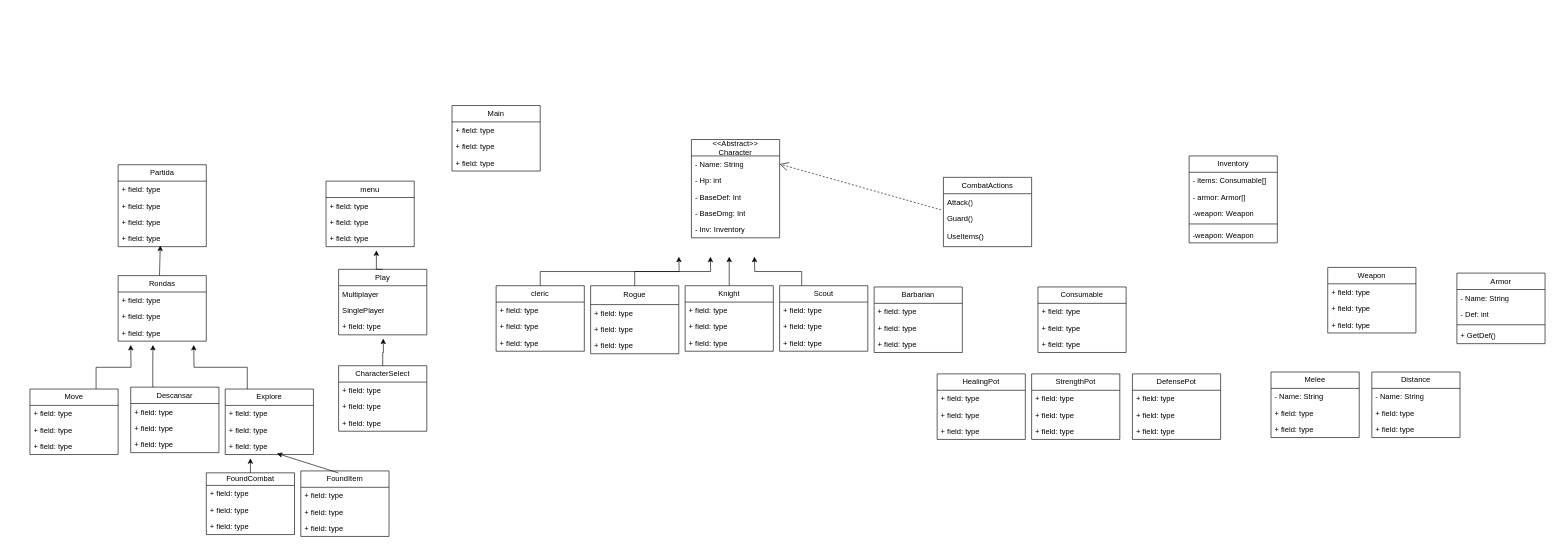
This is _MedievalZone/Medieval-Zone-Diagram.drawio from Loadingexploat83/Medieval-Zone, a draw.io file, before an edit. Source tidied: cells renumbered, new cells numbered last; positions are measured from the earlier drawing's top-left corner, leaving out a move shared by most shapes. Both pictures are drawn from the tidied source at 63%, with x=0, y=0 at pixel (30, 105).
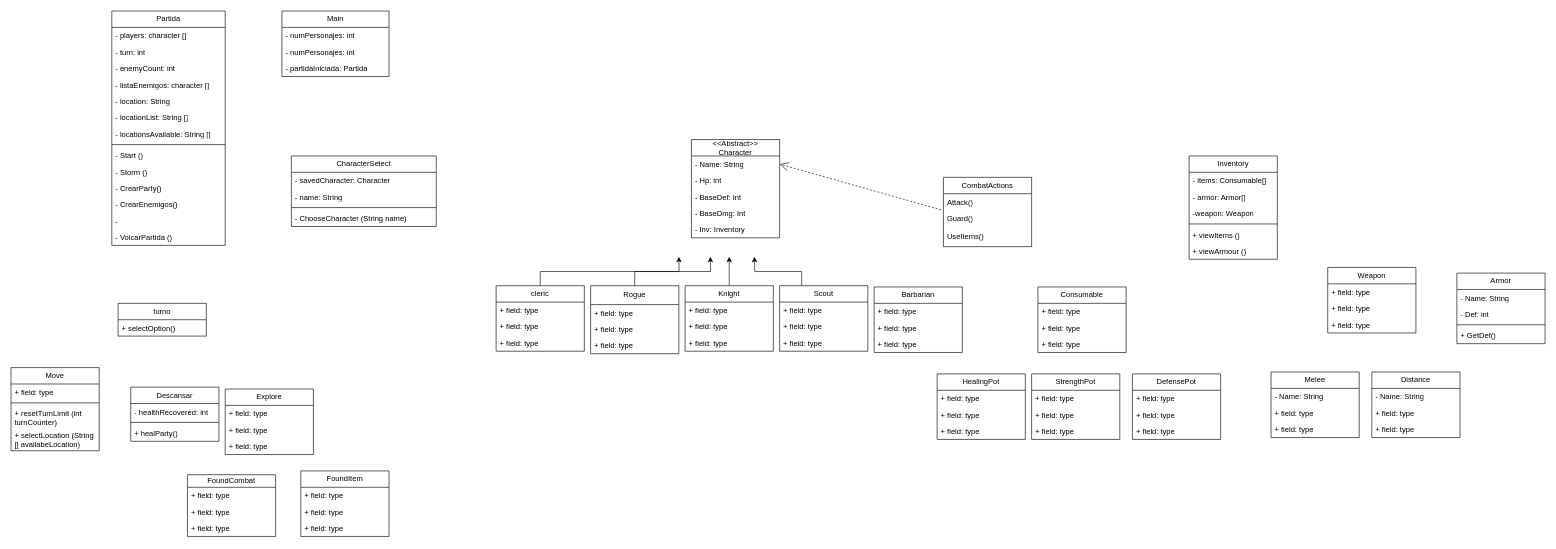
The same diagram, later.

Unchanged cells that the change refers to:
```xml
<mxCell id="31" value="Explore" style="swimlane;fontStyle=0;horizontal=1;startSize=26;fillColor=none;whiteSpace=wrap;html=1;" parent="1" vertex="1">
  <mxGeometry x="310" y="450" width="140" height="104" as="geometry" />
</mxCell>
<mxCell id="34" value="+ field: type" style="text;strokeColor=none;fillColor=none;align=left;verticalAlign=top;spacingLeft=4;spacingRight=4;overflow=hidden;points=[[0,0.5],[1,0.5]];portConstraint=eastwest;whiteSpace=wrap;html=1;" parent="31" vertex="1">
  <mxGeometry y="78" width="140" height="26" as="geometry" />
</mxCell>
<mxCell id="80" value="FoundItem" style="swimlane;fontStyle=0;horizontal=1;startSize=26;fillColor=none;whiteSpace=wrap;html=1;" parent="1" vertex="1">
  <mxGeometry x="430" y="580" width="140" height="104" as="geometry" />
</mxCell>
```

Diff of the diagram source:
```diff
@@
     <mxCell id="2" value="Main" style="swimlane;fontStyle=0;horizontal=1;startSize=26;fillColor=none;whiteSpace=wrap;html=1;" parent="1" vertex="1">
-      <mxGeometry x="670" width="140" height="104" as="geometry" />
+      <mxGeometry x="400" y="-150" width="170" height="104" as="geometry" />
     </mxCell>
-    <mxCell id="3" value="+ field: type" style="text;strokeColor=none;fillColor=none;align=left;verticalAlign=top;spacingLeft=4;spacingRight=4;overflow=hidden;whiteSpace=wrap;html=1;" parent="2" vertex="1">
-      <mxGeometry y="26" width="140" height="26" as="geometry" />
+    <mxCell id="3" value="- numPersonajes: int" style="text;strokeColor=none;fillColor=none;align=left;verticalAlign=top;spacingLeft=4;spacingRight=4;overflow=hidden;whiteSpace=wrap;html=1;" parent="2" vertex="1">
+      <mxGeometry y="26" width="170" height="26" as="geometry" />
     </mxCell>
-    <mxCell id="4" value="+ field: type" style="text;strokeColor=none;fillColor=none;align=left;verticalAlign=top;spacingLeft=4;spacingRight=4;overflow=hidden;whiteSpace=wrap;html=1;" parent="2" vertex="1">
-      <mxGeometry y="52" width="140" height="26" as="geometry" />
+    <mxCell id="4" value="- numPersonajes: int" style="text;strokeColor=none;fillColor=none;align=left;verticalAlign=top;spacingLeft=4;spacingRight=4;overflow=hidden;whiteSpace=wrap;html=1;" parent="2" vertex="1">
+      <mxGeometry y="52" width="170" height="26" as="geometry" />
     </mxCell>
-    <mxCell id="5" value="+ field: type" style="text;strokeColor=none;fillColor=none;align=left;verticalAlign=top;spacingLeft=4;spacingRight=4;overflow=hidden;whiteSpace=wrap;html=1;" parent="2" vertex="1">
-      <mxGeometry y="78" width="140" height="26" as="geometry" />
+    <mxCell id="5" value="- partidaIniciada: Partida" style="text;strokeColor=none;fillColor=none;align=left;verticalAlign=top;spacingLeft=4;spacingRight=4;overflow=hidden;whiteSpace=wrap;html=1;" parent="2" vertex="1">
+      <mxGeometry y="78" width="170" height="26" as="geometry" />
     </mxCell>
-    <mxCell id="6" value="menu" style="swimlane;fontStyle=0;horizontal=1;startSize=26;fillColor=none;whiteSpace=wrap;html=1;" parent="1" vertex="1">
-      <mxGeometry x="470" y="120" width="140" height="104" as="geometry" />
-    </mxCell>
-    <mxCell id="7" value="+ field: type" style="text;strokeColor=none;fillColor=none;align=left;verticalAlign=top;spacingLeft=4;spacingRight=4;overflow=hidden;whiteSpace=wrap;html=1;" parent="6" vertex="1">
-      <mxGeometry y="26" width="140" height="26" as="geometry" />
-    </mxCell>
-    <mxCell id="8" value="+ field: type" style="text;strokeColor=none;fillColor=none;align=left;verticalAlign=top;spacingLeft=4;spacingRight=4;overflow=hidden;whiteSpace=wrap;html=1;" parent="6" vertex="1">
-      <mxGeometry y="52" width="140" height="26" as="geometry" />
-    </mxCell>
-    <mxCell id="9" value="+ field: type" style="text;strokeColor=none;fillColor=none;align=left;verticalAlign=top;spacingLeft=4;spacingRight=4;overflow=hidden;points=[[0,0.5],[1,0.5]];portConstraint=eastwest;whiteSpace=wrap;html=1;" parent="6" vertex="1">
-      <mxGeometry y="78" width="140" height="26" as="geometry" />
-    </mxCell>
     <mxCell id="10" value="Partida" style="swimlane;fontStyle=0;horizontal=1;startSize=26;fillColor=none;whiteSpace=wrap;html=1;" parent="1" vertex="1">
-      <mxGeometry x="140" y="94" width="140" height="130" as="geometry" />
+      <mxGeometry x="130" y="-150" width="180" height="372" as="geometry" />
     </mxCell>
-    <mxCell id="11" value="+ field: type" style="text;strokeColor=none;fillColor=none;align=left;verticalAlign=top;spacingLeft=4;spacingRight=4;overflow=hidden;whiteSpace=wrap;html=1;" parent="10" vertex="1">
-      <mxGeometry y="26" width="140" height="26" as="geometry" />
+    <mxCell id="11" value="- players: character []" style="text;strokeColor=none;fillColor=none;align=left;verticalAlign=top;spacingLeft=4;spacingRight=4;overflow=hidden;whiteSpace=wrap;html=1;" parent="10" vertex="1">
+      <mxGeometry y="26" width="180" height="26" as="geometry" />
     </mxCell>
-    <mxCell id="12" value="+ field: type" style="text;strokeColor=none;fillColor=none;align=left;verticalAlign=top;spacingLeft=4;spacingRight=4;overflow=hidden;whiteSpace=wrap;html=1;" parent="10" vertex="1">
-      <mxGeometry y="52" width="140" height="26" as="geometry" />
+    <mxCell id="12" value="- turn: int" style="text;strokeColor=none;fillColor=none;align=left;verticalAlign=top;spacingLeft=4;spacingRight=4;overflow=hidden;whiteSpace=wrap;html=1;" parent="10" vertex="1">
+      <mxGeometry y="52" width="180" height="26" as="geometry" />
     </mxCell>
-    <mxCell id="13" value="+ field: type" style="text;strokeColor=none;fillColor=none;align=left;verticalAlign=top;spacingLeft=4;spacingRight=4;overflow=hidden;whiteSpace=wrap;html=1;" parent="10" vertex="1">
-      <mxGeometry y="78" width="140" height="26" as="geometry" />
+    <mxCell id="13" value="- enemyCount: int" style="text;strokeColor=none;fillColor=none;align=left;verticalAlign=top;spacingLeft=4;spacingRight=4;overflow=hidden;whiteSpace=wrap;html=1;" parent="10" vertex="1">
+      <mxGeometry y="78" width="180" height="26" as="geometry" />
     </mxCell>
-    <mxCell id="14" value="+ field: type" style="text;strokeColor=none;fillColor=none;align=left;verticalAlign=top;spacingLeft=4;spacingRight=4;overflow=hidden;points=[[0,0.5],[1,0.5]];portConstraint=eastwest;whiteSpace=wrap;html=1;" parent="10" vertex="1">
-      <mxGeometry y="104" width="140" height="26" as="geometry" />
+    <mxCell id="14" value="- listaEnemigos: character []" style="text;strokeColor=none;fillColor=none;align=left;verticalAlign=top;spacingLeft=4;spacingRight=4;overflow=hidden;points=[[0,0.5],[1,0.5]];portConstraint=eastwest;whiteSpace=wrap;html=1;" parent="10" vertex="1">
+      <mxGeometry y="104" width="180" height="26" as="geometry" />
     </mxCell>
+    <mxCell id="129" value="- location: String" style="text;strokeColor=none;fillColor=none;align=left;verticalAlign=top;spacingLeft=4;spacingRight=4;overflow=hidden;whiteSpace=wrap;html=1;" parent="10" vertex="1">
+      <mxGeometry y="130" width="180" height="26" as="geometry" />
+    </mxCell>
+    <mxCell id="130" value="- locationList: String []" style="text;strokeColor=none;fillColor=none;align=left;verticalAlign=top;spacingLeft=4;spacingRight=4;overflow=hidden;whiteSpace=wrap;html=1;" parent="10" vertex="1">
+      <mxGeometry y="156" width="180" height="26" as="geometry" />
+    </mxCell>
+    <mxCell id="131" value="- locationsAvailable: String []" style="text;strokeColor=none;fillColor=none;align=left;verticalAlign=top;spacingLeft=4;spacingRight=4;overflow=hidden;whiteSpace=wrap;html=1;" parent="10" vertex="1">
+      <mxGeometry y="182" width="180" height="26" as="geometry" />
+    </mxCell>
+    <mxCell id="132" style="line;strokeWidth=1;fillColor=none;align=left;verticalAlign=middle;spacingTop=-1;spacingLeft=3;spacingRight=3;labelPosition=right;strokeColor=inherit;" parent="10" vertex="1">
+      <mxGeometry y="208" width="180" height="8" as="geometry" />
+    </mxCell>
+    <mxCell id="133" value="- Start ()&lt;div&gt;&lt;br&gt;&lt;/div&gt;" style="text;strokeColor=none;fillColor=none;align=left;verticalAlign=top;spacingLeft=4;spacingRight=4;overflow=hidden;whiteSpace=wrap;html=1;" parent="10" vertex="1">
+      <mxGeometry y="216" width="180" height="26" as="geometry" />
+    </mxCell>
+    <mxCell id="134" value="- Storm ()&lt;div&gt;&lt;br&gt;&lt;/div&gt;" style="text;strokeColor=none;fillColor=none;align=left;verticalAlign=top;spacingLeft=4;spacingRight=4;overflow=hidden;whiteSpace=wrap;html=1;" parent="10" vertex="1">
+      <mxGeometry y="242" width="180" height="26" as="geometry" />
+    </mxCell>
+    <mxCell id="135" value="- CrearParty()&lt;div&gt;&lt;br&gt;&lt;/div&gt;" style="text;strokeColor=none;fillColor=none;align=left;verticalAlign=top;spacingLeft=4;spacingRight=4;overflow=hidden;whiteSpace=wrap;html=1;" parent="10" vertex="1">
+      <mxGeometry y="268" width="180" height="26" as="geometry" />
+    </mxCell>
+    <mxCell id="136" value="- CrearEnemigos()&lt;div&gt;&lt;br&gt;&lt;/div&gt;" style="text;strokeColor=none;fillColor=none;align=left;verticalAlign=top;spacingLeft=4;spacingRight=4;overflow=hidden;whiteSpace=wrap;html=1;" parent="10" vertex="1">
+      <mxGeometry y="294" width="180" height="26" as="geometry" />
+    </mxCell>
+    <mxCell id="137" value="&lt;div&gt;-&amp;nbsp;&amp;nbsp;&lt;/div&gt;" style="text;strokeColor=none;fillColor=none;align=left;verticalAlign=top;spacingLeft=4;spacingRight=4;overflow=hidden;whiteSpace=wrap;html=1;" parent="10" vertex="1">
+      <mxGeometry y="320" width="180" height="26" as="geometry" />
+    </mxCell>
+    <mxCell id="138" value="- VolcarPartida ()&lt;div&gt;&lt;br&gt;&lt;/div&gt;" style="text;strokeColor=none;fillColor=none;align=left;verticalAlign=top;spacingLeft=4;spacingRight=4;overflow=hidden;whiteSpace=wrap;html=1;" parent="10" vertex="1">
+      <mxGeometry y="346" width="180" height="26" as="geometry" />
+    </mxCell>
-    <mxCell id="15" value="Rondas" style="swimlane;fontStyle=0;horizontal=1;startSize=26;fillColor=none;whiteSpace=wrap;html=1;" parent="1" vertex="1">
-      <mxGeometry x="140" y="270" width="140" height="104" as="geometry" />
+    <mxCell id="15" value="turno" style="swimlane;fontStyle=0;horizontal=1;startSize=26;fillColor=none;whiteSpace=wrap;html=1;" parent="1" vertex="1">
+      <mxGeometry x="140" y="314" width="140" height="52" as="geometry" />
     </mxCell>
-    <mxCell id="16" value="+ field: type" style="text;strokeColor=none;fillColor=none;align=left;verticalAlign=top;spacingLeft=4;spacingRight=4;overflow=hidden;whiteSpace=wrap;html=1;" parent="15" vertex="1">
+    <mxCell id="16" value="+ selectOption()" style="text;strokeColor=none;fillColor=none;align=left;verticalAlign=top;spacingLeft=4;spacingRight=4;overflow=hidden;whiteSpace=wrap;html=1;" parent="15" vertex="1">
       <mxGeometry y="26" width="140" height="26" as="geometry" />
     </mxCell>
-    <mxCell id="17" value="+ field: type" style="text;strokeColor=none;fillColor=none;align=left;verticalAlign=top;spacingLeft=4;spacingRight=4;overflow=hidden;whiteSpace=wrap;html=1;" parent="15" vertex="1">
-      <mxGeometry y="52" width="140" height="26" as="geometry" />
-    </mxCell>
-    <mxCell id="18" value="+ field: type" style="text;strokeColor=none;fillColor=none;align=left;verticalAlign=top;spacingLeft=4;spacingRight=4;overflow=hidden;whiteSpace=wrap;html=1;" parent="15" vertex="1">
-      <mxGeometry y="78" width="140" height="26" as="geometry" />
-    </mxCell>
-    <mxCell id="19" style="endArrow=classic;html=1;rounded=0;entryX=0.478;entryY=0.937;entryDx=0;entryDy=0;entryPerimeter=0;exitX=0.469;exitY=0;exitDx=0;exitDy=0;exitPerimeter=0;" parent="1" edge="1" source="15" target="14">
-      <mxGeometry relative="1" as="geometry" />
-    </mxCell>
     <mxCell id="20" value="FoundCombat" style="swimlane;fontStyle=0;horizontal=1;startSize=20;fillColor=none;whiteSpace=wrap;html=1;" parent="1" vertex="1">
-      <mxGeometry x="280" y="583" width="140" height="98" as="geometry" />
+      <mxGeometry x="250" y="586" width="140" height="98" as="geometry" />
     </mxCell>
@@
-    <mxCell id="24" style="endArrow=classic;html=1;rounded=0;exitX=0.5;exitY=0;exitDx=0;exitDy=0;" parent="1" edge="1" source="20">
-      <mxGeometry relative="1" as="geometry">
-        <mxPoint x="350" y="560" as="targetPoint" />
-      </mxGeometry>
-    </mxCell>
-    <mxCell id="25" style="edgeStyle=orthogonalEdgeStyle;rounded=0;jettySize=auto;html=1;exitX=0.25;exitY=0;exitDx=0;exitDy=0;" parent="1" edge="1" source="26">
-      <mxGeometry relative="1" as="geometry">
-        <mxPoint x="195.3" y="380" as="targetPoint" />
-      </mxGeometry>
-    </mxCell>
     <mxCell id="26" value="Descansar" style="swimlane;fontStyle=0;horizontal=1;startSize=26;fillColor=none;whiteSpace=wrap;html=1;" parent="1" vertex="1">
-      <mxGeometry x="160" y="447" width="140" height="104" as="geometry" />
+      <mxGeometry x="160" y="447" width="140" height="86" as="geometry" />
     </mxCell>
-    <mxCell id="27" value="+ field: type" style="text;strokeColor=none;fillColor=none;align=left;verticalAlign=top;spacingLeft=4;spacingRight=4;overflow=hidden;whiteSpace=wrap;html=1;" parent="26" vertex="1">
+    <mxCell id="27" value="- healthRecovered: int" style="text;strokeColor=none;fillColor=none;align=left;verticalAlign=top;spacingLeft=4;spacingRight=4;overflow=hidden;whiteSpace=wrap;html=1;" parent="26" vertex="1">
       <mxGeometry y="26" width="140" height="26" as="geometry" />
     </mxCell>
-    <mxCell id="28" value="+ field: type" style="text;strokeColor=none;fillColor=none;align=left;verticalAlign=top;spacingLeft=4;spacingRight=4;overflow=hidden;whiteSpace=wrap;html=1;" parent="26" vertex="1">
-      <mxGeometry y="52" width="140" height="26" as="geometry" />
-    </mxCell>
+    <mxCell id="139" style="line;strokeWidth=1;fillColor=none;align=left;verticalAlign=middle;spacingTop=-1;spacingLeft=3;spacingRight=3;labelPosition=right;strokeColor=inherit;" parent="26" vertex="1">
+      <mxGeometry y="52" width="140" height="8" as="geometry" />
+    </mxCell>
-    <mxCell id="29" value="+ field: type" style="text;strokeColor=none;fillColor=none;align=left;verticalAlign=top;spacingLeft=4;spacingRight=4;overflow=hidden;whiteSpace=wrap;html=1;" parent="26" vertex="1">
-      <mxGeometry y="78" width="140" height="26" as="geometry" />
+    <mxCell id="29" value="+ healParty()" style="text;strokeColor=none;fillColor=none;align=left;verticalAlign=top;spacingLeft=4;spacingRight=4;overflow=hidden;whiteSpace=wrap;html=1;" parent="26" vertex="1">
+      <mxGeometry y="60" width="140" height="26" as="geometry" />
     </mxCell>
-    <mxCell id="30" style="edgeStyle=orthogonalEdgeStyle;rounded=0;jettySize=auto;html=1;exitX=0.25;exitY=0;exitDx=0;exitDy=0;" parent="1" edge="1" source="31">
-      <mxGeometry relative="1" as="geometry">
-        <mxPoint x="260" y="380" as="targetPoint" />
-      </mxGeometry>
-    </mxCell>
@@
-    <mxCell id="35" value="Play" style="swimlane;fontStyle=0;horizontal=1;startSize=26;fillColor=none;whiteSpace=wrap;html=1;" parent="1" vertex="1">
-      <mxGeometry x="490" y="260" width="140" height="104" as="geometry" />
-    </mxCell>
-    <mxCell id="36" value="Multiplayer" style="text;strokeColor=none;fillColor=none;align=left;verticalAlign=top;spacingLeft=4;spacingRight=4;overflow=hidden;whiteSpace=wrap;html=1;" parent="35" vertex="1">
-      <mxGeometry y="26" width="140" height="26" as="geometry" />
-    </mxCell>
-    <mxCell id="37" value="SinglePlayer&lt;div&gt;&lt;br&gt;&lt;/div&gt;" style="text;strokeColor=none;fillColor=none;align=left;verticalAlign=top;spacingLeft=4;spacingRight=4;overflow=hidden;whiteSpace=wrap;html=1;" parent="35" vertex="1">
-      <mxGeometry y="52" width="140" height="26" as="geometry" />
-    </mxCell>
-    <mxCell id="38" value="+ field: type" style="text;strokeColor=none;fillColor=none;align=left;verticalAlign=top;spacingLeft=4;spacingRight=4;overflow=hidden;whiteSpace=wrap;html=1;" parent="35" vertex="1">
-      <mxGeometry y="78" width="140" height="26" as="geometry" />
-    </mxCell>
-    <mxCell id="39" style="edgeStyle=orthogonalEdgeStyle;rounded=0;jettySize=auto;html=1;exitX=0.5;exitY=0;exitDx=0;exitDy=0;entryX=0.571;entryY=1.231;entryDx=0;entryDy=0;entryPerimeter=0;" parent="1" edge="1" source="35" target="9">
-      <mxGeometry relative="1" as="geometry" />
-    </mxCell>
-    <mxCell id="40" style="edgeStyle=orthogonalEdgeStyle;rounded=0;jettySize=auto;html=1;exitX=0.5;exitY=0;exitDx=0;exitDy=0;" parent="1" edge="1" source="41">
-      <mxGeometry relative="1" as="geometry">
-        <mxPoint x="560.7" y="370" as="targetPoint" />
-      </mxGeometry>
-    </mxCell>
     <mxCell id="41" value="CharacterSelect" style="swimlane;fontStyle=0;horizontal=1;startSize=26;fillColor=none;whiteSpace=wrap;html=1;" parent="1" vertex="1">
-      <mxGeometry x="490" y="413" width="140" height="104" as="geometry" />
+      <mxGeometry x="415" y="80" width="230" height="112" as="geometry" />
     </mxCell>
-    <mxCell id="42" value="+ field: type" style="text;strokeColor=none;fillColor=none;align=left;verticalAlign=top;spacingLeft=4;spacingRight=4;overflow=hidden;whiteSpace=wrap;html=1;" parent="41" vertex="1">
-      <mxGeometry y="26" width="140" height="26" as="geometry" />
+    <mxCell id="42" value="- savedCharacter: Character" style="text;strokeColor=none;fillColor=none;align=left;verticalAlign=top;spacingLeft=4;spacingRight=4;overflow=hidden;whiteSpace=wrap;html=1;" parent="41" vertex="1">
+      <mxGeometry y="26" width="230" height="26" as="geometry" />
     </mxCell>
-    <mxCell id="43" value="+ field: type" style="text;strokeColor=none;fillColor=none;align=left;verticalAlign=top;spacingLeft=4;spacingRight=4;overflow=hidden;whiteSpace=wrap;html=1;" parent="41" vertex="1">
-      <mxGeometry y="52" width="140" height="26" as="geometry" />
+    <mxCell id="43" value="- name: String" style="text;strokeColor=none;fillColor=none;align=left;verticalAlign=top;spacingLeft=4;spacingRight=4;overflow=hidden;whiteSpace=wrap;html=1;" parent="41" vertex="1">
+      <mxGeometry y="52" width="230" height="26" as="geometry" />
     </mxCell>
+    <mxCell id="140" style="line;strokeWidth=1;fillColor=none;align=left;verticalAlign=middle;spacingTop=-1;spacingLeft=3;spacingRight=3;labelPosition=right;strokeColor=inherit;" parent="41" vertex="1">
+      <mxGeometry y="78" width="230" height="8" as="geometry" />
+    </mxCell>
-    <mxCell id="44" value="+ field: type" style="text;strokeColor=none;fillColor=none;align=left;verticalAlign=top;spacingLeft=4;spacingRight=4;overflow=hidden;whiteSpace=wrap;html=1;" parent="41" vertex="1">
-      <mxGeometry y="78" width="140" height="26" as="geometry" />
+    <mxCell id="44" value="- ChooseCharacter (String name)" style="text;strokeColor=none;fillColor=none;align=left;verticalAlign=top;spacingLeft=4;spacingRight=4;overflow=hidden;whiteSpace=wrap;html=1;" parent="41" vertex="1">
+      <mxGeometry y="86" width="230" height="26" as="geometry" />
     </mxCell>
@@
-    <mxCell id="84" style="endArrow=classic;html=1;rounded=0;exitX=0.425;exitY=0.03;exitDx=0;exitDy=0;entryX=0.586;entryY=0.933;entryDx=0;entryDy=0;entryPerimeter=0;exitPerimeter=0;" parent="1" edge="1" source="80" target="34">
-      <mxGeometry relative="1" as="geometry" />
-    </mxCell>
     <mxCell id="85" value="Inventory" style="swimlane;fontStyle=0;horizontal=1;startSize=26;fillColor=none;whiteSpace=wrap;html=1;" parent="1" vertex="1">
-      <mxGeometry x="1840" y="80" width="140" height="138" as="geometry" />
+      <mxGeometry x="1840" y="80" width="140" height="164" as="geometry" />
     </mxCell>
@@
-    <mxCell id="90" value="-weapon: Weapon" style="text;strokeColor=none;fillColor=none;align=left;verticalAlign=top;spacingLeft=4;spacingRight=4;overflow=hidden;whiteSpace=wrap;html=1;" parent="85" vertex="1">
+    <mxCell id="90" value="+ viewItems ()&lt;div&gt;&lt;br&gt;&lt;/div&gt;" style="text;strokeColor=none;fillColor=none;align=left;verticalAlign=top;spacingLeft=4;spacingRight=4;overflow=hidden;whiteSpace=wrap;html=1;" parent="85" vertex="1">
       <mxGeometry y="112" width="140" height="26" as="geometry" />
     </mxCell>
+    <mxCell id="141" value="+ viewArmour ()&lt;div&gt;&lt;br&gt;&lt;/div&gt;" style="text;strokeColor=none;fillColor=none;align=left;verticalAlign=top;spacingLeft=4;spacingRight=4;overflow=hidden;whiteSpace=wrap;html=1;" parent="85" vertex="1">
+      <mxGeometry y="138" width="140" height="26" as="geometry" />
+    </mxCell>
@@
-    <mxCell id="108" style="edgeStyle=orthogonalEdgeStyle;rounded=0;jettySize=auto;html=1;exitX=0.75;exitY=0;exitDx=0;exitDy=0;" parent="1" edge="1" source="109">
-      <mxGeometry relative="1" as="geometry">
-        <mxPoint x="160" y="380" as="targetPoint" />
-      </mxGeometry>
-    </mxCell>
     <mxCell id="109" value="Move" style="swimlane;fontStyle=0;horizontal=1;startSize=26;fillColor=none;whiteSpace=wrap;html=1;" parent="1" vertex="1">
-      <mxGeometry y="450" width="140" height="104" as="geometry" />
+      <mxGeometry x="-30" y="416" width="140" height="132" as="geometry" />
     </mxCell>
@@
-    <mxCell id="111" value="+ field: type" style="text;strokeColor=none;fillColor=none;align=left;verticalAlign=top;spacingLeft=4;spacingRight=4;overflow=hidden;whiteSpace=wrap;html=1;" parent="109" vertex="1">
-      <mxGeometry y="52" width="140" height="26" as="geometry" />
-    </mxCell>
+    <mxCell id="142" style="line;strokeWidth=1;fillColor=none;align=left;verticalAlign=middle;spacingTop=-1;spacingLeft=3;spacingRight=3;labelPosition=right;strokeColor=inherit;" parent="109" vertex="1">
+      <mxGeometry y="52" width="140" height="8" as="geometry" />
+    </mxCell>
-    <mxCell id="112" value="+ field: type" style="text;strokeColor=none;fillColor=none;align=left;verticalAlign=top;spacingLeft=4;spacingRight=4;overflow=hidden;whiteSpace=wrap;html=1;" parent="109" vertex="1">
-      <mxGeometry y="78" width="140" height="26" as="geometry" />
+    <mxCell id="112" value="+ resetTurnLimit (int turnCounter)" style="text;strokeColor=none;fillColor=none;align=left;verticalAlign=top;spacingLeft=4;spacingRight=4;overflow=hidden;whiteSpace=wrap;html=1;" parent="109" vertex="1">
+      <mxGeometry y="60" width="140" height="34" as="geometry" />
     </mxCell>
+    <mxCell id="143" value="+ selectLocation (String [] availabeLocation)" style="text;strokeColor=none;fillColor=none;align=left;verticalAlign=top;spacingLeft=4;spacingRight=4;overflow=hidden;whiteSpace=wrap;html=1;" parent="109" vertex="1">
+      <mxGeometry y="94" width="140" height="38" as="geometry" />
+    </mxCell>
```
